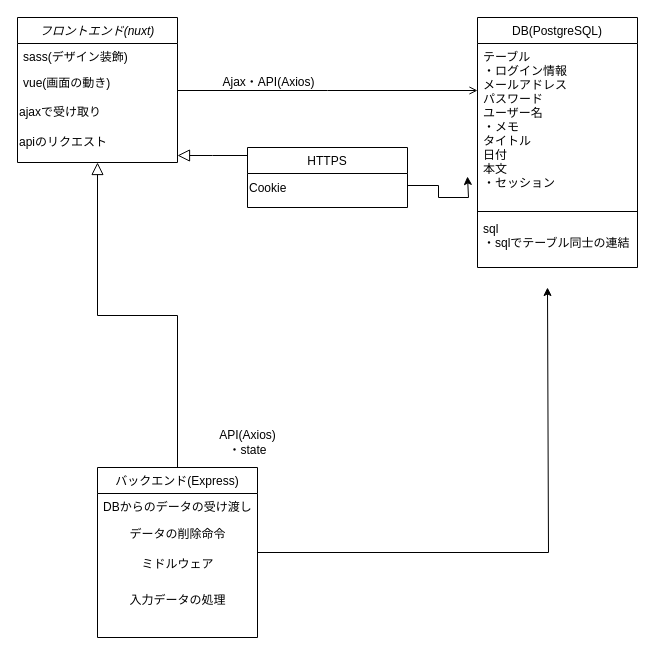
The draw.io diagram webアプリ設計.drawio in code-polaris044/mavs-task, before the edit. Source tidied: cells renumbered, new cells numbered last; positions are measured from the earlier drawing's top-left corner, leaving out a move shared by most shapes. Both pictures are drawn from the tidied source at 100%, with x=0, y=0 at pixel (17, 17).
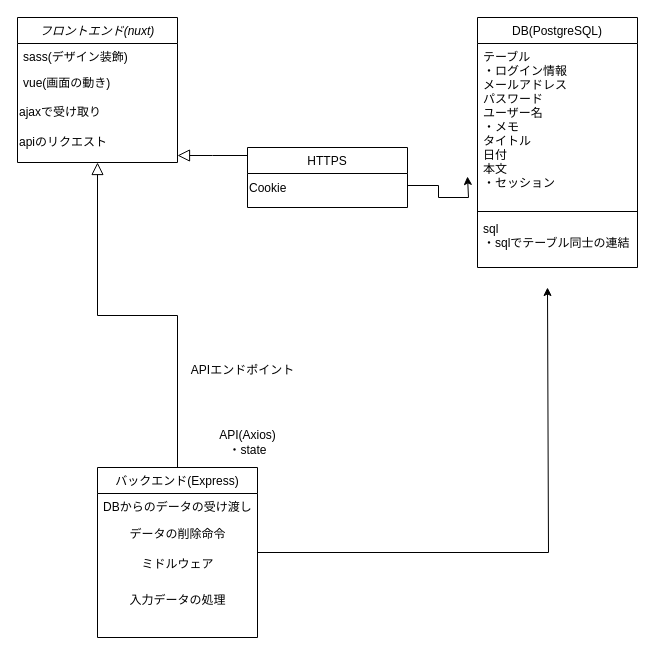
Above is the later version.

Commit message (it also covers changes not shown here):
webアプリ設計.drawio を更新します

Unchanged cells that the change refers to:
```xml
<mxCell id="2" value="フロントエンド(nuxt)" style="swimlane;fontStyle=2;align=center;verticalAlign=top;horizontal=1;startSize=26;rounded=0;shadow=0;strokeWidth=1;" parent="1" vertex="1">
  <mxGeometry width="160" height="145" as="geometry" />
</mxCell>
<mxCell id="16" value="DB(PostgreSQL)" style="swimlane;fontStyle=0;align=center;verticalAlign=top;horizontal=1;startSize=26;rounded=0;shadow=0;strokeWidth=1;" parent="1" vertex="1">
  <mxGeometry x="460" width="160" height="250" as="geometry" />
</mxCell>
```

Diff of the diagram source:
```diff
@@
-    <mxCell id="20" style="endArrow=open;shadow=0;strokeWidth=1;rounded=0;endFill=1;edgeStyle=elbowEdgeStyle;elbow=vertical;" parent="1" edge="1" source="2" target="16">
-      <mxGeometry x="0.5" y="41" relative="1" as="geometry">
-        <mxPoint x="-40" y="32" as="offset" />
-      </mxGeometry>
-    </mxCell>
-    <mxCell id="21" style="align=left;verticalAlign=bottom;labelBackgroundColor=none;fontSize=12;" parent="20" vertex="1">
-      <mxGeometry x="-1" relative="1" as="geometry">
-        <mxPoint y="4" as="offset" />
-      </mxGeometry>
-    </mxCell>
-    <mxCell id="22" value="Ajax・API(Axios)" style="text;html=1;align=center;verticalAlign=middle;labelBackgroundColor=none;rounded=0;shadow=0;strokeWidth=1;fontSize=12;" parent="20" vertex="1">
-      <mxGeometry x="0.5" y="49" relative="1" as="geometry">
-        <mxPoint x="-135" y="40" as="offset" />
-      </mxGeometry>
-    </mxCell>
@@
+    <mxCell id="26" value="APIエンドポイント" style="text;html=1;align=center;verticalAlign=middle;strokeColor=none;fillColor=none;" parent="1" vertex="1">
+      <mxGeometry x="160" y="338" width="130" height="30" as="geometry" />
+    </mxCell>
```
